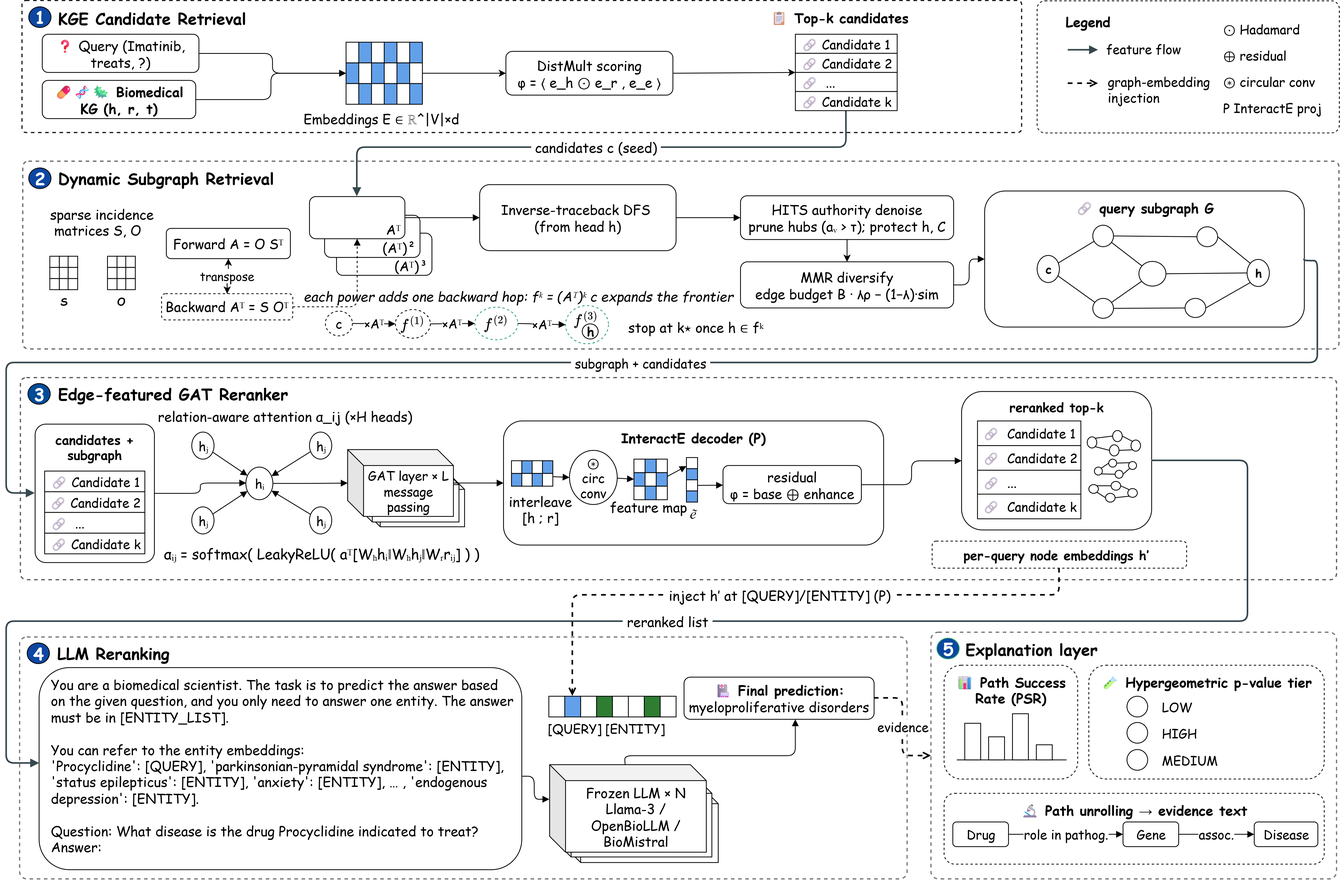
This is model.png from noname44k1/BioEGAT, a draw.io export, as it was before one commit. Source tidied: cells renumbered, new cells last; positions are measured from the earlier drawing's top-left corner, leaving out a move shared by most shapes.
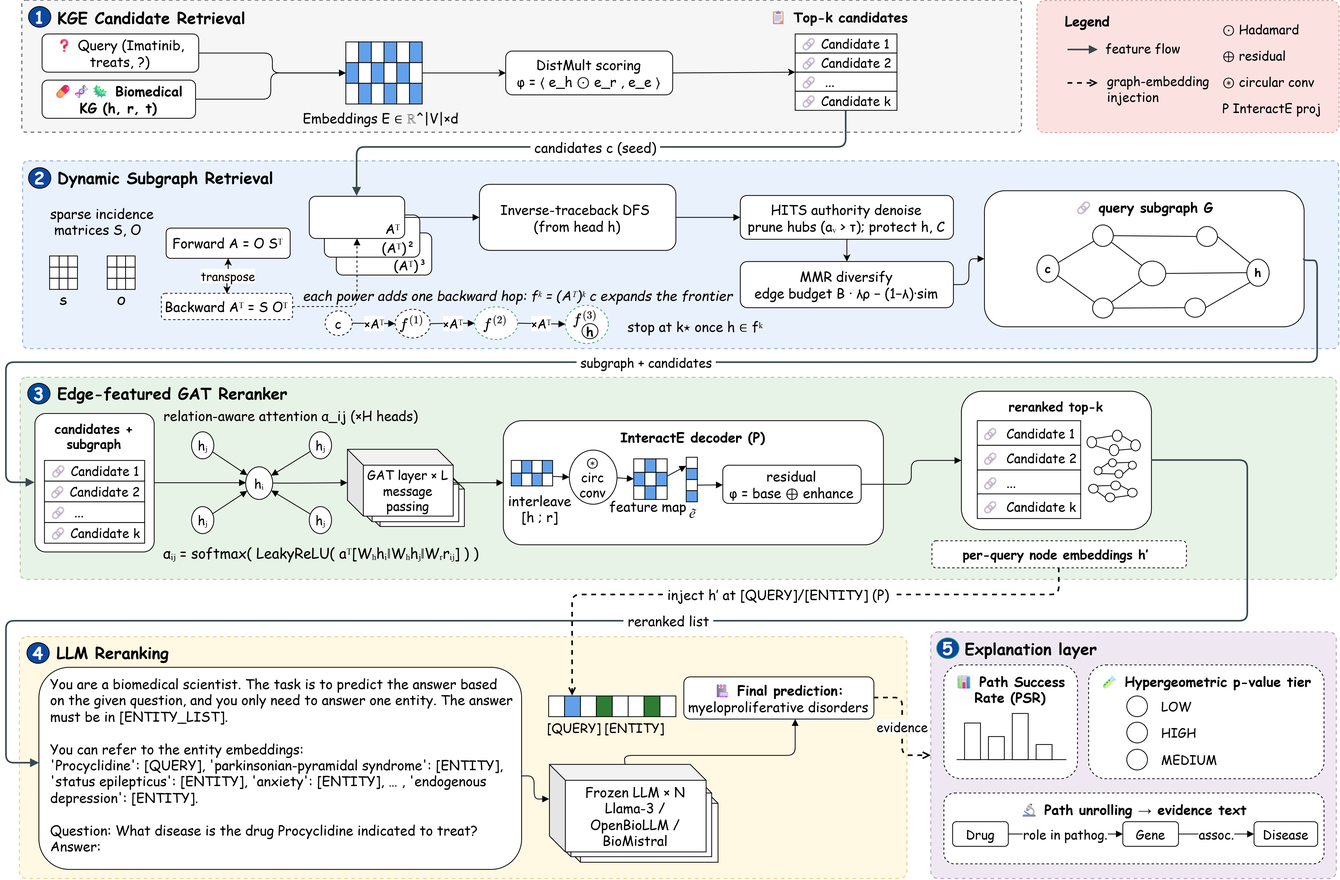
Later version of the same file.

The edit, as a diff of the source:
```diff
@@ -2,7 +2,7 @@
   <root>
     <mxCell id="0" />
     <mxCell id="1" parent="0" />
-    <mxCell id="2" style="rounded=1;html=1;dashed=1;arcSize=6;fontFamily=Comic Sans MS;" parent="1" vertex="1">
+    <mxCell id="2" style="rounded=1;html=1;dashed=1;arcSize=6;fontFamily=Comic Sans MS;fillColor=#f8cecc;strokeColor=#b85450;opacity=60;" parent="1" vertex="1">
       <mxGeometry x="1296" width="380" height="166" as="geometry" />
     </mxCell>
     <mxCell id="3" value="Legend" style="text;html=1;align=left;fontSize=17;fontStyle=1;fontColor=#000000;fontFamily=Comic Sans MS;" parent="1" vertex="1">
@@ -29,7 +29,7 @@
     <mxCell id="8" value="&lt;div style=&quot;line-height: 110%;&quot;&gt;&lt;div&gt;&lt;font style=&quot;font-size: 16px; line-height: 110%;&quot;&gt;⊙ Hadamard&lt;/font&gt;&lt;/div&gt;&lt;div&gt;&lt;font style=&quot;font-size: 16px;&quot;&gt;&lt;br&gt;&lt;/font&gt;&lt;/div&gt;&lt;div&gt;&lt;font style=&quot;font-size: 16px; line-height: 110%;&quot;&gt;⊕ residual&lt;/font&gt;&lt;/div&gt;&lt;div&gt;&lt;font style=&quot;font-size: 16px;&quot;&gt;&lt;br&gt;&lt;/font&gt;&lt;/div&gt;&lt;div&gt;&lt;font style=&quot;font-size: 16px; line-height: 110%;&quot;&gt;⊛ circular conv&lt;/font&gt;&lt;/div&gt;&lt;div&gt;&lt;font style=&quot;font-size: 16px;&quot;&gt;&lt;br&gt;&lt;/font&gt;&lt;/div&gt;&lt;div&gt;&lt;font style=&quot;font-size: 16px; line-height: 110%;&quot;&gt;P InteractE proj&lt;/font&gt;&lt;/div&gt;&lt;/div&gt;" style="text;html=1;align=left;fontSize=13;fontColor=#000000;spacingLeft=2;fontFamily=Comic Sans MS;verticalAlign=middle;" parent="1" vertex="1">
       <mxGeometry x="1526" y="13" width="144" height="145" as="geometry" />
     </mxCell>
-    <mxCell id="9" style="rounded=1;html=1;strokeWidth=1.5;dashed=1;arcSize=3;verticalAlign=top;fontFamily=Comic Sans MS;opacity=90;" parent="1" vertex="1">
+    <mxCell id="9" style="rounded=1;html=1;strokeWidth=1.5;dashed=1;arcSize=3;verticalAlign=top;fontFamily=Comic Sans MS;opacity=90;fillColor=#f5f5f5;fontColor=#333333;strokeColor=#666666;" parent="1" vertex="1">
       <mxGeometry x="20" width="1257" height="166" as="geometry" />
     </mxCell>
     <mxCell id="10" value="KGE Candidate Retrieval" style="text;html=1;align=left;fontSize=20;fontStyle=1;fontColor=#000000;fontFamily=Comic Sans MS;" parent="1" vertex="1">
@@ -110,7 +110,7 @@
     <mxCell id="35" value="&lt;span style=&quot;font-size: 16px;&quot;&gt;&amp;nbsp;🔗 Candidate 1&lt;/span&gt;" style="rounded=0;html=1;fontSize=15;align=left;spacingLeft=0;fontFamily=Comic Sans MS;strokeColor=default;fontColor=#000000;" parent="1" vertex="1">
       <mxGeometry x="992" y="42" width="128" height="24" as="geometry" />
     </mxCell>
-    <mxCell id="36" style="rounded=1;html=1;strokeWidth=1.5;dashed=1;arcSize=3;verticalAlign=top;fontFamily=Comic Sans MS;opacity=60;" parent="1" vertex="1">
+    <mxCell id="36" style="rounded=1;html=1;strokeWidth=1.5;dashed=1;arcSize=3;verticalAlign=top;fontFamily=Comic Sans MS;opacity=60;fillColor=#dae8fc;strokeColor=#6c8ebf;" parent="1" vertex="1">
       <mxGeometry x="21" y="202" width="1655" height="236" as="geometry" />
     </mxCell>
     <mxCell id="37" value="2" style="ellipse;html=1;fillColor=#0D47A1;strokeColor=#000000;fontColor=#FFFFFF;fontSize=21.8;fontStyle=1;fontFamily=Comic Sans MS;" parent="1" vertex="1">
@@ -230,7 +230,7 @@
     <mxCell id="75" value="&lt;font&gt;stop at k⋆ once  h ∈ fᵏ&lt;/font&gt;" style="text;html=1;align=left;fontSize=17;fontColor=#000000;fontFamily=Comic Sans MS;" parent="1" vertex="1">
       <mxGeometry x="780" y="393" width="200" height="17" as="geometry" />
     </mxCell>
-    <mxCell id="76" style="rounded=1;html=1;strokeWidth=1.5;dashed=1;arcSize=3;opacity=65;verticalAlign=top;fontFamily=Comic Sans MS;" parent="1" vertex="1">
+    <mxCell id="76" style="rounded=1;html=1;strokeWidth=1.5;dashed=1;arcSize=3;opacity=55;verticalAlign=top;fontFamily=Comic Sans MS;fillColor=#d5e8d4;strokeColor=#82b366;" parent="1" vertex="1">
       <mxGeometry x="18" y="474" width="1655" height="254" as="geometry" />
     </mxCell>
     <mxCell id="77" value="3" style="ellipse;html=1;fillColor=#004C99;strokeColor=#000000;fontColor=#FFFFFF;fontSize=21.8;fontStyle=1;fontFamily=Comic Sans MS;" parent="1" vertex="1">
@@ -240,19 +240,19 @@
       <mxGeometry x="63" y="475" width="640" height="24" as="geometry" />
     </mxCell>
     <mxCell id="79" value="&lt;font style=&quot;font-size: 16px;&quot;&gt;candidates + subgraph&lt;/font&gt;" style="rounded=1;whiteSpace=wrap;html=1;fillColor=#FFFFFF;strokeColor=default;fontSize=14.5;fontStyle=1;verticalAlign=top;spacingTop=3;arcSize=9;fontFamily=Comic Sans MS;fontColor=#000000;" parent="1" vertex="1">
-      <mxGeometry x="36" y="532" width="150" height="174" as="geometry" />
+      <mxGeometry x="36" y="519" width="150" height="174" as="geometry" />
     </mxCell>
     <mxCell id="80" value="&lt;font style=&quot;font-size: 16px;&quot;&gt;🔗 Candidate 1&lt;/font&gt;" style="rounded=0;html=1;fontSize=13.8;fontFamily=Comic Sans MS;strokeColor=default;fontColor=#000000;" parent="1" vertex="1">
-      <mxGeometry x="48" y="591" width="126" height="26" as="geometry" />
+      <mxGeometry x="48" y="578" width="126" height="26" as="geometry" />
     </mxCell>
     <mxCell id="81" value="&lt;font style=&quot;font-size: 16px;&quot;&gt;🔗 Candidate 2&lt;/font&gt;" style="rounded=0;html=1;fontSize=13.8;fontFamily=Comic Sans MS;strokeColor=default;fontColor=#000000;" parent="1" vertex="1">
-      <mxGeometry x="48" y="617" width="126" height="26" as="geometry" />
+      <mxGeometry x="48" y="604" width="126" height="26" as="geometry" />
     </mxCell>
     <mxCell id="82" value="&lt;font style=&quot;font-size: 16px;&quot;&gt;&amp;nbsp;🔗&amp;nbsp;&lt;span style=&quot;text-align: center;&quot;&gt;Candidate&lt;/span&gt;&amp;nbsp;k&lt;/font&gt;" style="rounded=0;html=1;fontSize=13.8;fontFamily=Comic Sans MS;align=left;strokeColor=default;fontColor=#000000;" parent="1" vertex="1">
-      <mxGeometry x="48" y="669" width="126" height="26" as="geometry" />
+      <mxGeometry x="48" y="656" width="126" height="26" as="geometry" />
     </mxCell>
     <mxCell id="83" value="&lt;font&gt;relation-aware attention  α_ij  (×H heads)&lt;/font&gt;" style="text;html=1;align=center;fontSize=17;fontColor=#000000;fontFamily=Comic Sans MS;strokeColor=none;" parent="1" vertex="1">
-      <mxGeometry x="255" y="505" width="190" height="17" as="geometry" />
+      <mxGeometry x="263" y="505" width="190" height="17" as="geometry" />
     </mxCell>
     <mxCell id="84" value="&lt;font&gt;hᵢ&lt;/font&gt;" style="ellipse;html=1;fontSize=16;fontStyle=0;fontFamily=Comic Sans MS;strokeColor=default;fontColor=#000000;" parent="1" vertex="1">
       <mxGeometry x="301" y="586" width="34" height="41" as="geometry" />
@@ -395,7 +395,7 @@
     <mxCell id="130" value="&lt;font style=&quot;font-size: 16px;&quot;&gt;per-query node embeddings  h′&amp;nbsp;&lt;/font&gt;" style="rounded=1;whiteSpace=wrap;html=1;fontSize=13.8;fontStyle=1;dashed=1;fontFamily=Comic Sans MS;strokeColor=default;fontColor=#000000;fillColor=default;" parent="1" vertex="1">
       <mxGeometry x="1164" y="679" width="320" height="34" as="geometry" />
     </mxCell>
-    <mxCell id="131" style="rounded=1;html=1;strokeWidth=1.5;dashed=1;arcSize=3;opacity=55;verticalAlign=top;fontFamily=Comic Sans MS;" parent="1" vertex="1">
+    <mxCell id="131" style="rounded=1;html=1;strokeWidth=1.5;dashed=1;arcSize=3;opacity=55;verticalAlign=top;fontFamily=Comic Sans MS;fillColor=#fff2cc;strokeColor=#d6b656;" parent="1" vertex="1">
       <mxGeometry x="17" y="800" width="1116" height="304" as="geometry" />
     </mxCell>
     <mxCell id="132" value="4" style="ellipse;html=1;fillColor=#0D47A1;strokeColor=#000000;fontColor=#FFFFFF;fontSize=21.8;fontStyle=1;fontFamily=Comic Sans MS;" parent="1" vertex="1">
@@ -449,7 +449,7 @@
     <mxCell id="148" value="&lt;font&gt;🏥 Final prediction:&lt;br&gt;&lt;span style=&quot;font-weight: normal;&quot;&gt;myeloproliferative disorders&lt;/span&gt;&lt;/font&gt;" style="rounded=1;whiteSpace=wrap;html=1;fontSize=17;fontStyle=1;fontFamily=Comic Sans MS;strokeColor=default;fontColor=#000000;fillColor=default;" parent="1" vertex="1">
       <mxGeometry x="852" y="850" width="239" height="53" as="geometry" />
     </mxCell>
-    <mxCell id="149" style="rounded=1;html=1;strokeWidth=1.5;dashed=1;arcSize=3;opacity=55;verticalAlign=top;fontFamily=Comic Sans MS;" parent="1" vertex="1">
+    <mxCell id="149" style="rounded=1;html=1;strokeWidth=1.5;dashed=1;arcSize=3;opacity=55;verticalAlign=top;fontFamily=Comic Sans MS;fillColor=#e1d5e7;strokeColor=#9673a6;" parent="1" vertex="1">
       <mxGeometry x="1163" y="794" width="510" height="310" as="geometry" />
     </mxCell>
     <mxCell id="150" value="5" style="ellipse;html=1;fillColor=#0D47A1;strokeColor=#26A269;fontColor=#FFFFFF;fontSize=21.8;fontStyle=1;fontFamily=Comic Sans MS;" parent="1" vertex="1">
@@ -550,11 +550,11 @@
     <mxCell id="179" value="&lt;font style=&quot;font-size: 16px;&quot;&gt;&amp;nbsp;subgraph + candidates&amp;nbsp;&lt;/font&gt;" style="edgeStyle=orthogonalEdgeStyle;rounded=1;html=1;strokeColor=#37474F;strokeWidth=2;endArrow=block;fontSize=13.8;fontColor=#000000;exitX=1;exitY=0.5;exitDx=0;exitDy=0;entryX=0;entryY=0.5;entryDx=0;entryDy=0;fontFamily=Comic Sans MS;" parent="1" edge="1" source="52" target="79">
       <mxGeometry relative="1" as="geometry">
         <Array as="points">
-          <mxPoint x="1632" y="326.9" />
-          <mxPoint x="1648.9" y="326.9" />
-          <mxPoint x="1648.9" y="454.9" />
-          <mxPoint x="0.1" y="454.9" />
-          <mxPoint x="0.1" y="619" />
+          <mxPoint x="1632" y="327" />
+          <mxPoint x="1648.9" y="327" />
+          <mxPoint x="1648.9" y="455" />
+          <mxPoint y="455" />
+          <mxPoint y="606" />
         </Array>
       </mxGeometry>
     </mxCell>
@@ -770,7 +770,7 @@
       <mxGeometry x="992" y="114" width="128" height="24" as="geometry" />
     </mxCell>
     <mxCell id="242" value="&lt;font style=&quot;font-size: 16px;&quot;&gt;&amp;nbsp;🔗&amp;nbsp; ...&lt;/font&gt;" style="rounded=0;html=1;fontSize=13.8;fontFamily=Comic Sans MS;align=left;strokeColor=default;fontColor=#000000;" parent="1" vertex="1">
-      <mxGeometry x="48" y="643" width="126" height="26" as="geometry" />
+      <mxGeometry x="48" y="630" width="126" height="26" as="geometry" />
     </mxCell>
     <mxCell id="243" value="&lt;font style=&quot;font-size: 16px;&quot;&gt;🔗&amp;nbsp;&amp;nbsp;&lt;/font&gt;&lt;span style=&quot;font-size: 16px; text-align: center;&quot;&gt;Candidate k&lt;/span&gt;" style="rounded=0;html=1;fontSize=13.8;align=left;spacingLeft=4;fontFamily=Comic Sans MS;strokeColor=default;fontColor=#000000;" parent="1" vertex="1">
       <mxGeometry x="1221" y="620" width="130" height="31" as="geometry" />
```
